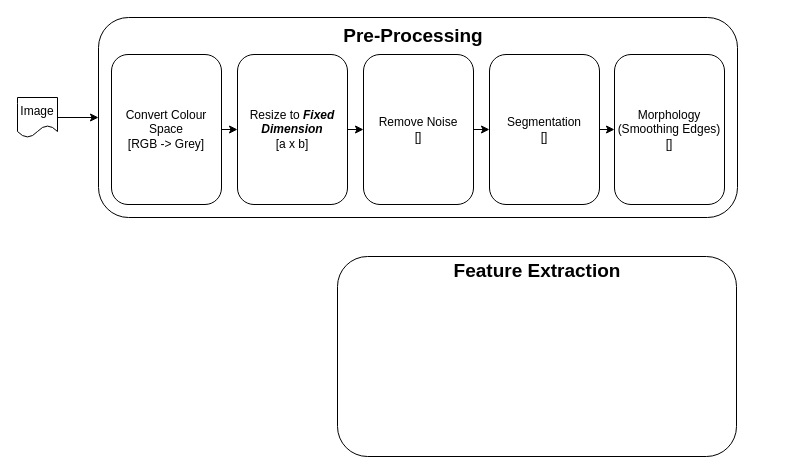
Above: Block Diagram Image Detection.drawio in CorpDK/Drawing (draw.io), before the change. Source tidied: cells renumbered, new cells numbered last; positions are measured from the earlier drawing's top-left corner, leaving out a move shared by most shapes. Both pictures are drawn from the tidied source at 100%, with x=0, y=0 at pixel (17, 17).
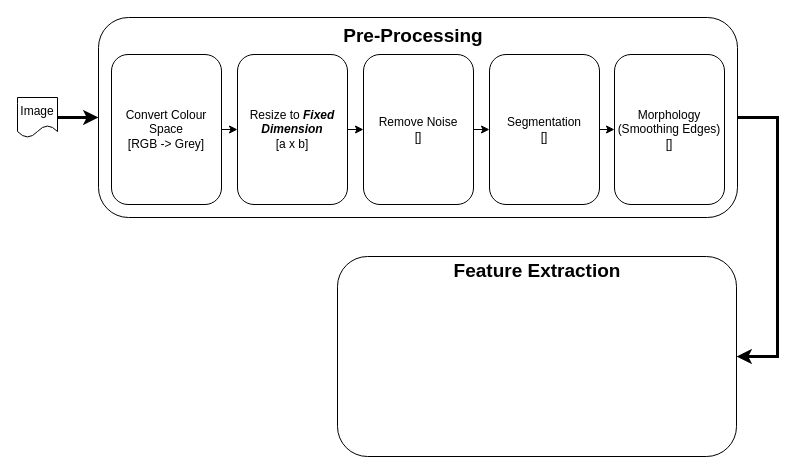
After the change.

The edit, as a diff of the source:
```diff
@@
 <mxGraphModel>
   <root>
     <mxCell id="0" />
     <mxCell id="1" parent="0" />
+    <mxCell id="17" style="edgeStyle=orthogonalEdgeStyle;rounded=0;jettySize=auto;html=1;exitX=1;exitY=0.5;exitDx=0;exitDy=0;entryX=1;entryY=0.5;entryDx=0;entryDy=0;strokeWidth=3;" parent="1" edge="1" source="2" target="10">
+      <mxGeometry relative="1" as="geometry">
+        <Array as="points">
+          <mxPoint x="760" y="100" />
+          <mxPoint x="760" y="339" />
+        </Array>
+      </mxGeometry>
+    </mxCell>
     <mxCell id="2" style="rounded=1;whiteSpace=wrap;html=1;" parent="1" vertex="1">
       <mxGeometry x="81" width="639" height="200" as="geometry" />
     </mxCell>
-    <mxCell id="3" style="edgeStyle=orthogonalEdgeStyle;rounded=0;jettySize=auto;html=1;exitX=1;exitY=0.5;exitDx=0;exitDy=0;entryX=0;entryY=0.5;entryDx=0;entryDy=0;" parent="1" edge="1" source="4" target="2">
+    <mxCell id="3" style="edgeStyle=orthogonalEdgeStyle;rounded=0;jettySize=auto;html=1;exitX=1;exitY=0.5;exitDx=0;exitDy=0;entryX=0;entryY=0.5;entryDx=0;entryDy=0;strokeWidth=3;" parent="1" edge="1" source="4" target="2">
       <mxGeometry relative="1" as="geometry" />
     </mxCell>
     <mxCell id="4" value="Image" style="shape=document;whiteSpace=wrap;html=1;boundedLbl=1;" parent="1" vertex="1">
       <mxGeometry y="80" width="40" height="40" as="geometry" />
     </mxCell>
     <mxCell id="5" value="&lt;font style=&quot;font-size: 19px&quot;&gt;&lt;b&gt;Pre-Processing&lt;/b&gt;&lt;/font&gt;" style="text;html=1;strokeColor=none;fillColor=none;align=center;verticalAlign=middle;whiteSpace=wrap;rounded=0;" parent="1" vertex="1">
       <mxGeometry x="81" y="4" width="630" height="30" as="geometry" />
     </mxCell>
     <mxCell id="6" style="edgeStyle=orthogonalEdgeStyle;rounded=0;jettySize=auto;html=1;exitX=1;exitY=0.5;exitDx=0;exitDy=0;entryX=0;entryY=0.5;entryDx=0;entryDy=0;" parent="1" edge="1" source="7" target="9">
       <mxGeometry relative="1" as="geometry" />
     </mxCell>
     <mxCell id="7" value="Convert Colour Space&lt;br&gt;[RGB -&amp;gt; Grey]" style="rounded=1;whiteSpace=wrap;html=1;" parent="1" vertex="1">
       <mxGeometry x="94" y="37" width="110" height="150" as="geometry" />
     </mxCell>
     <mxCell id="8" style="edgeStyle=orthogonalEdgeStyle;rounded=0;jettySize=auto;html=1;exitX=1;exitY=0.5;exitDx=0;exitDy=0;entryX=0;entryY=0.5;entryDx=0;entryDy=0;" parent="1" edge="1" source="9" target="13">
       <mxGeometry relative="1" as="geometry" />
     </mxCell>
     <mxCell id="9" value="Resize to &lt;b style=&quot;font-style: italic&quot;&gt;Fixed Dimension&lt;/b&gt;&lt;br&gt;[a x b]" style="rounded=1;whiteSpace=wrap;html=1;" parent="1" vertex="1">
       <mxGeometry x="220" y="37" width="110" height="150" as="geometry" />
     </mxCell>
     <mxCell id="10" style="rounded=1;whiteSpace=wrap;html=1;" parent="1" vertex="1">
       <mxGeometry x="320" y="239" width="399" height="200" as="geometry" />
     </mxCell>
     <mxCell id="11" value="&lt;font style=&quot;font-size: 19px&quot;&gt;&lt;b&gt;Feature Extraction&lt;/b&gt;&lt;/font&gt;" style="text;html=1;strokeColor=none;fillColor=none;align=center;verticalAlign=middle;whiteSpace=wrap;rounded=0;" parent="1" vertex="1">
       <mxGeometry x="320" y="239" width="400" height="30" as="geometry" />
     </mxCell>
     <mxCell id="12" style="edgeStyle=orthogonalEdgeStyle;rounded=0;jettySize=auto;html=1;exitX=1;exitY=0.5;exitDx=0;exitDy=0;entryX=0;entryY=0.5;entryDx=0;entryDy=0;" parent="1" edge="1" source="13" target="15">
       <mxGeometry relative="1" as="geometry" />
     </mxCell>
     <mxCell id="13" value="Remove Noise&lt;br&gt;[]" style="rounded=1;whiteSpace=wrap;html=1;" parent="1" vertex="1">
       <mxGeometry x="346" y="37" width="110" height="150" as="geometry" />
     </mxCell>
     <mxCell id="14" style="edgeStyle=orthogonalEdgeStyle;rounded=0;jettySize=auto;html=1;exitX=1;exitY=0.5;exitDx=0;exitDy=0;entryX=0;entryY=0.5;entryDx=0;entryDy=0;" parent="1" edge="1" source="15" target="16">
       <mxGeometry relative="1" as="geometry" />
     </mxCell>
     <mxCell id="15" value="Segmentation&lt;br&gt;[]" style="rounded=1;whiteSpace=wrap;html=1;" parent="1" vertex="1">
       <mxGeometry x="472" y="37" width="110" height="150" as="geometry" />
     </mxCell>
     <mxCell id="16" value="Morphology&lt;br&gt;(Smoothing Edges)&lt;br&gt;[]" style="rounded=1;whiteSpace=wrap;html=1;" parent="1" vertex="1">
       <mxGeometry x="597" y="37" width="110" height="150" as="geometry" />
     </mxCell>
   </root>
 </mxGraphModel>
```
